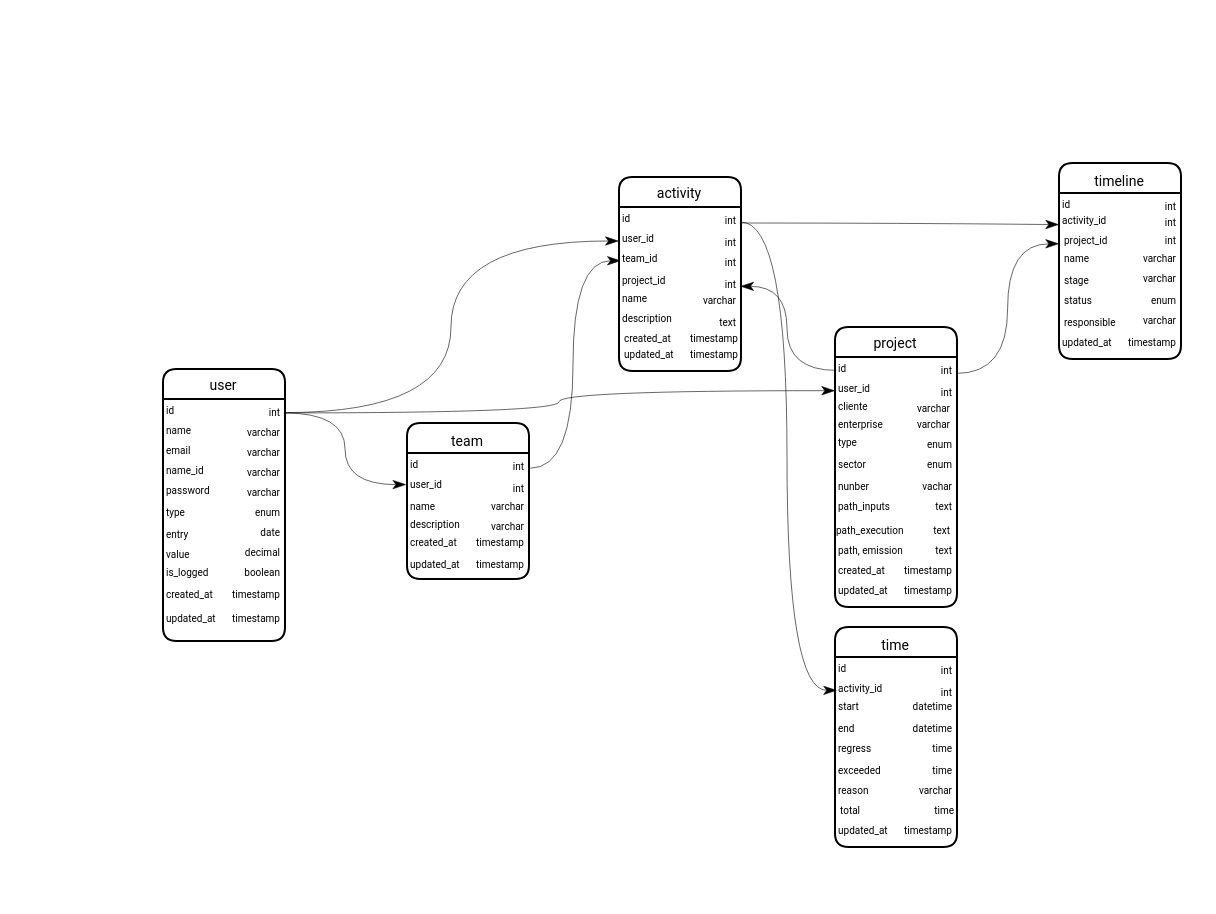
Above: Banco Kairos.drawio in Avflux/drawio (draw.io), before the change. Source tidied: cells renumbered, new cells numbered last; positions are measured from the earlier drawing's top-left corner, leaving out a move shared by most shapes. Both pictures are drawn from the tidied source at 200%, with x=0, y=0 at pixel (162, 162).
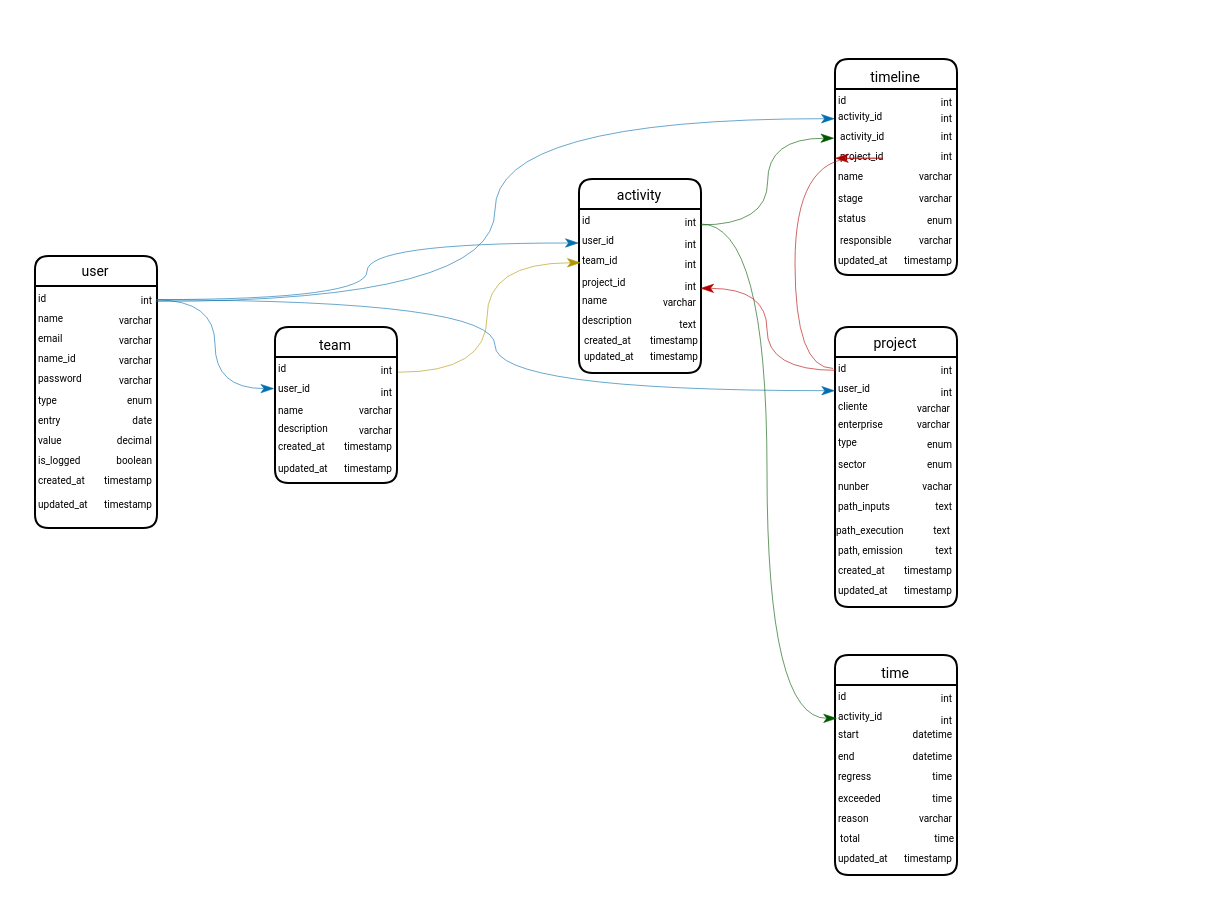
The same page after the edit.

The change refers to these unchanged cells:
```xml
<mxCell id="20" value="&lt;font face=&quot;Roboto&quot;&gt;&lt;span style=&quot;font-size: 5px;&quot;&gt;int&lt;/span&gt;&lt;/font&gt;" style="text;html=1;align=right;verticalAlign=middle;points=[];strokeColor=none;fillColor=none;fontFamily=Architects Daughter;" parent="2" vertex="1">
  <mxGeometry x="40" y="5" width="20" height="30" as="geometry" />
</mxCell>
<mxCell id="29" value="&lt;font face=&quot;Roboto&quot;&gt;&lt;span style=&quot;font-size: 5px;&quot;&gt;name&lt;/span&gt;&lt;/font&gt;" style="text;html=1;align=left;verticalAlign=middle;points=[];strokeColor=none;fillColor=none;fontFamily=Architects Daughter;" parent="25" vertex="1">
  <mxGeometry y="26" width="31" height="27" as="geometry" />
</mxCell>
<mxCell id="33" value="&lt;font face=&quot;Roboto&quot;&gt;&lt;span style=&quot;font-size: 5px;&quot;&gt;int&lt;/span&gt;&lt;/font&gt;" style="text;html=1;align=right;verticalAlign=middle;points=[];strokeColor=none;fillColor=none;fontFamily=Architects Daughter;" parent="25" vertex="1">
  <mxGeometry x="40" y="5" width="20" height="30" as="geometry" />
</mxCell>
<mxCell id="42" value="&lt;font face=&quot;Roboto&quot; style=&quot;font-size: 5px;&quot;&gt;team_id&lt;/font&gt;" style="text;html=1;align=left;verticalAlign=middle;points=[];strokeColor=none;fillColor=none;fontFamily=Architects Daughter;" parent="38" vertex="1">
  <mxGeometry y="27" width="36" height="26" as="geometry" />
</mxCell>
<mxCell id="48" value="&lt;font face=&quot;Roboto&quot;&gt;&lt;span style=&quot;font-size: 5px;&quot;&gt;int&lt;/span&gt;&lt;/font&gt;" style="text;html=1;align=right;verticalAlign=middle;points=[];strokeColor=none;fillColor=none;fontFamily=Architects Daughter;" parent="38" vertex="1">
  <mxGeometry x="40" y="5" width="20" height="30" as="geometry" />
</mxCell>
<mxCell id="54" value="&lt;font face=&quot;Roboto&quot;&gt;&lt;span style=&quot;font-size: 5px;&quot;&gt;int&lt;/span&gt;&lt;/font&gt;" style="text;html=1;align=right;verticalAlign=middle;points=[];strokeColor=none;fillColor=none;fontFamily=Architects Daughter;" parent="38" vertex="1">
  <mxGeometry x="36" y="38" width="24" height="27" as="geometry" />
</mxCell>
<mxCell id="59" value="&lt;font face=&quot;Roboto&quot; style=&quot;font-size: 5px;&quot;&gt;id&lt;/font&gt;" style="text;html=1;align=left;verticalAlign=middle;points=[];strokeColor=none;fillColor=none;fontFamily=Architects Daughter;" parent="58" vertex="1">
  <mxGeometry y="5" width="20" height="30" as="geometry" />
</mxCell>
<mxCell id="60" value="&lt;font face=&quot;Roboto&quot; style=&quot;font-size: 5px;&quot;&gt;user_id&lt;/font&gt;" style="text;html=1;align=left;verticalAlign=middle;points=[];strokeColor=none;fillColor=none;fontFamily=Architects Daughter;" parent="58" vertex="1">
  <mxGeometry y="17" width="34" height="26" as="geometry" />
</mxCell>
<mxCell id="64" value="&lt;font face=&quot;Roboto&quot;&gt;&lt;span style=&quot;font-size: 5px;&quot;&gt;int&lt;/span&gt;&lt;/font&gt;" style="text;html=1;align=right;verticalAlign=middle;points=[];strokeColor=none;fillColor=none;fontFamily=Architects Daughter;" parent="58" vertex="1">
  <mxGeometry x="40" y="5" width="20" height="30" as="geometry" />
</mxCell>
<mxCell id="87" value="&lt;font face=&quot;Roboto&quot; style=&quot;font-size: 5px;&quot;&gt;activity_id&lt;/font&gt;" style="text;html=1;align=left;verticalAlign=middle;points=[];strokeColor=none;fillColor=none;fontFamily=Architects Daughter;" parent="85" vertex="1">
  <mxGeometry y="16" width="42" height="28" as="geometry" />
</mxCell>
<mxCell id="107" value="&lt;font face=&quot;Roboto&quot; style=&quot;font-size: 5px;&quot;&gt;activity_id&lt;/font&gt;" style="text;html=1;align=left;verticalAlign=middle;points=[];strokeColor=none;fillColor=none;fontFamily=Architects Daughter;" parent="105" vertex="1">
  <mxGeometry y="14" width="42" height="28" as="geometry" />
</mxCell>
```

Change to the diagram source:
```diff
@@
     <mxCell id="2" value="&lt;p&gt;&lt;font style=&quot;font-size: 7px;&quot; face=&quot;Roboto&quot;&gt;&lt;span style=&quot;font-weight: 400;&quot;&gt;user&lt;/span&gt;&lt;/font&gt;&lt;/p&gt;" style="swimlane;whiteSpace=wrap;html=1;hachureGap=4;fontFamily=Architects Daughter;fillColor=default;strokeColor=default;startSize=15;strokeWidth=1;swimlaneLine=1;glass=0;rounded=1;shadow=0;align=center;" parent="1" vertex="1">
-      <mxGeometry y="103" width="61" height="136" as="geometry" />
+      <mxGeometry x="-64" y="46.5" width="61" height="136" as="geometry" />
     </mxCell>
@@
     <mxCell id="25" value="&lt;p&gt;&lt;font face=&quot;Roboto&quot;&gt;&lt;span style=&quot;font-size: 7px; font-weight: 400;&quot;&gt;team&lt;/span&gt;&lt;/font&gt;&lt;/p&gt;" style="swimlane;whiteSpace=wrap;html=1;hachureGap=4;fontFamily=Architects Daughter;fillColor=default;strokeColor=default;startSize=15;strokeWidth=1;swimlaneLine=1;glass=0;rounded=1;shadow=0;align=center;" parent="1" vertex="1">
-      <mxGeometry x="122" y="130" width="61" height="78" as="geometry" />
+      <mxGeometry x="56" y="82" width="61" height="78" as="geometry" />
     </mxCell>
@@
     <mxCell id="38" value="&lt;p&gt;&lt;font style=&quot;font-size: 7px;&quot; face=&quot;Roboto&quot;&gt;&lt;span style=&quot;font-weight: 400;&quot;&gt;activity&lt;/span&gt;&lt;/font&gt;&lt;/p&gt;" style="swimlane;whiteSpace=wrap;html=1;hachureGap=4;fontFamily=Architects Daughter;fillColor=default;strokeColor=default;startSize=15;strokeWidth=1;swimlaneLine=1;glass=0;rounded=1;shadow=0;align=center;" parent="1" vertex="1">
-      <mxGeometry x="228" y="7" width="61" height="97" as="geometry" />
+      <mxGeometry x="208" y="8" width="61" height="97" as="geometry" />
     </mxCell>
@@
-    <mxCell id="55" style="edgeStyle=orthogonalEdgeStyle;rounded=0;hachureGap=4;jettySize=auto;html=1;fontFamily=Architects Daughter;curved=1;endArrow=classicThin;endFill=1;strokeWidth=0.3;entryX=-0.004;entryY=0.192;entryDx=0;entryDy=0;entryPerimeter=0;exitX=1.05;exitY=0.56;exitDx=0;exitDy=0;exitPerimeter=0;" parent="1" edge="1" source="20" target="42">
+    <mxCell id="55" style="edgeStyle=orthogonalEdgeStyle;rounded=0;hachureGap=4;jettySize=auto;html=1;fontFamily=Architects Daughter;curved=1;endArrow=classicThin;endFill=1;strokeWidth=0.3;entryX=-0.004;entryY=0.192;entryDx=0;entryDy=0;entryPerimeter=0;exitX=1.05;exitY=0.56;exitDx=0;exitDy=0;exitPerimeter=0;fillColor=#1ba1e2;strokeColor=#006EAF;" parent="1" edge="1" source="20" target="42">
       <mxGeometry relative="1" as="geometry" />
     </mxCell>
-    <mxCell id="56" style="edgeStyle=orthogonalEdgeStyle;rounded=0;hachureGap=4;jettySize=auto;html=1;fontFamily=Architects Daughter;curved=1;endArrow=classicThin;endFill=1;strokeWidth=0.3;entryX=0.024;entryY=0.572;entryDx=0;entryDy=0;entryPerimeter=0;exitX=1.08;exitY=0.587;exitDx=0;exitDy=0;exitPerimeter=0;" parent="1" edge="1" source="33" target="42">
+    <mxCell id="56" style="edgeStyle=orthogonalEdgeStyle;rounded=0;hachureGap=4;jettySize=auto;html=1;fontFamily=Architects Daughter;curved=1;endArrow=classicThin;endFill=1;strokeWidth=0.3;entryX=0.024;entryY=0.572;entryDx=0;entryDy=0;entryPerimeter=0;exitX=1.08;exitY=0.587;exitDx=0;exitDy=0;exitPerimeter=0;fillColor=#e3c800;strokeColor=#B09500;" parent="1" edge="1" source="33" target="42">
       <mxGeometry relative="1" as="geometry" />
     </mxCell>
-    <mxCell id="57" style="edgeStyle=orthogonalEdgeStyle;rounded=0;hachureGap=4;jettySize=auto;html=1;fontFamily=Architects Daughter;curved=1;endArrow=classicThin;endFill=1;strokeWidth=0.3;entryX=-0.013;entryY=0.178;entryDx=0;entryDy=0;entryPerimeter=0;exitX=1.023;exitY=0.565;exitDx=0;exitDy=0;exitPerimeter=0;" parent="1" edge="1" source="20" target="29">
+    <mxCell id="57" style="edgeStyle=orthogonalEdgeStyle;rounded=0;hachureGap=4;jettySize=auto;html=1;fontFamily=Architects Daughter;curved=1;endArrow=classicThin;endFill=1;strokeWidth=0.3;entryX=-0.013;entryY=0.178;entryDx=0;entryDy=0;entryPerimeter=0;exitX=1.023;exitY=0.565;exitDx=0;exitDy=0;exitPerimeter=0;fillColor=#1ba1e2;strokeColor=#006EAF;" parent="1" edge="1" source="20" target="29">
       <mxGeometry relative="1" as="geometry" />
     </mxCell>
@@
-    <mxCell id="83" style="edgeStyle=orthogonalEdgeStyle;rounded=0;hachureGap=4;jettySize=auto;html=1;fontFamily=Architects Daughter;curved=1;endArrow=classicThin;endFill=1;strokeWidth=0.3;entryX=0;entryY=0.571;entryDx=0;entryDy=0;entryPerimeter=0;exitX=1.028;exitY=0.565;exitDx=0;exitDy=0;exitPerimeter=0;" parent="1" edge="1" source="20" target="60">
+    <mxCell id="83" style="edgeStyle=orthogonalEdgeStyle;rounded=0;hachureGap=4;jettySize=auto;html=1;fontFamily=Architects Daughter;curved=1;endArrow=classicThin;endFill=1;strokeWidth=0.3;entryX=0;entryY=0.571;entryDx=0;entryDy=0;entryPerimeter=0;exitX=1.028;exitY=0.565;exitDx=0;exitDy=0;exitPerimeter=0;fillColor=#1ba1e2;strokeColor=#006EAF;" parent="1" edge="1" source="20" target="60">
       <mxGeometry relative="1" as="geometry" />
     </mxCell>
-    <mxCell id="84" style="edgeStyle=orthogonalEdgeStyle;rounded=0;hachureGap=4;jettySize=auto;html=1;fontFamily=Architects Daughter;curved=1;endArrow=classicThin;endFill=1;strokeWidth=0.3;exitX=0.031;exitY=0.556;exitDx=0;exitDy=0;exitPerimeter=0;entryX=1.028;entryY=0.617;entryDx=0;entryDy=0;entryPerimeter=0;" parent="1" edge="1" source="59" target="54">
+    <mxCell id="84" style="edgeStyle=orthogonalEdgeStyle;rounded=0;hachureGap=4;jettySize=auto;html=1;fontFamily=Architects Daughter;curved=1;endArrow=classicThin;endFill=1;strokeWidth=0.3;exitX=0.031;exitY=0.556;exitDx=0;exitDy=0;exitPerimeter=0;entryX=1.028;entryY=0.617;entryDx=0;entryDy=0;entryPerimeter=0;fillColor=#e51400;strokeColor=light-dark(#B20000,#FF1C03);" parent="1" edge="1" source="59" target="54">
       <mxGeometry relative="1" as="geometry" />
     </mxCell>
     <mxCell id="85" value="&lt;p&gt;&lt;font face=&quot;Roboto&quot;&gt;&lt;span style=&quot;font-size: 7px; font-weight: 400;&quot;&gt;time&lt;/span&gt;&lt;/font&gt;&lt;/p&gt;" style="swimlane;whiteSpace=wrap;html=1;hachureGap=4;fontFamily=Architects Daughter;fillColor=default;strokeColor=default;startSize=15;strokeWidth=1;swimlaneLine=1;glass=0;rounded=1;shadow=0;align=center;" parent="1" vertex="1">
-      <mxGeometry x="336" y="232" width="61" height="110" as="geometry" />
+      <mxGeometry x="336" y="246" width="61" height="110" as="geometry" />
     </mxCell>
@@
-    <mxCell id="104" style="edgeStyle=orthogonalEdgeStyle;rounded=0;hachureGap=4;jettySize=auto;html=1;fontFamily=Architects Daughter;curved=1;endArrow=classicThin;endFill=1;strokeWidth=0.3;entryX=0.023;entryY=0.56;entryDx=0;entryDy=0;entryPerimeter=0;exitX=1.046;exitY=0.583;exitDx=0;exitDy=0;exitPerimeter=0;" parent="1" edge="1" source="48" target="87">
+    <mxCell id="104" style="edgeStyle=orthogonalEdgeStyle;rounded=0;hachureGap=4;jettySize=auto;html=1;fontFamily=Architects Daughter;curved=1;endArrow=classicThin;endFill=1;strokeWidth=0.3;entryX=0.023;entryY=0.56;entryDx=0;entryDy=0;entryPerimeter=0;exitX=1.046;exitY=0.583;exitDx=0;exitDy=0;exitPerimeter=0;fillColor=#008a00;strokeColor=#005700;" parent="1" edge="1" source="48" target="87">
       <mxGeometry relative="1" as="geometry" />
     </mxCell>
     <mxCell id="105" value="&lt;p&gt;&lt;font face=&quot;Roboto&quot;&gt;&lt;span style=&quot;font-size: 7px; font-weight: 400;&quot;&gt;timeline&lt;/span&gt;&lt;/font&gt;&lt;/p&gt;" style="swimlane;whiteSpace=wrap;html=1;hachureGap=4;fontFamily=Architects Daughter;fillColor=default;strokeColor=default;startSize=15;strokeWidth=1;swimlaneLine=1;glass=0;rounded=1;shadow=0;align=center;" parent="1" vertex="1">
-      <mxGeometry x="448" width="61" height="98" as="geometry" />
+      <mxGeometry x="336" y="-52" width="61" height="108" as="geometry" />
     </mxCell>
@@
+    <mxCell id="112" value="&lt;font face=&quot;Roboto&quot; style=&quot;font-size: 5px;&quot;&gt;activity_id&lt;/font&gt;" style="text;html=1;align=left;verticalAlign=middle;points=[];strokeColor=none;fillColor=none;fontFamily=Architects Daughter;" parent="105" vertex="1">
+      <mxGeometry x="0.5" y="24" width="42" height="28" as="geometry" />
+    </mxCell>
+    <mxCell id="114" value="&lt;font face=&quot;Roboto&quot;&gt;&lt;span style=&quot;font-size: 5px;&quot;&gt;int&lt;/span&gt;&lt;/font&gt;" style="text;html=1;align=right;verticalAlign=middle;strokeColor=none;fillColor=none;fontFamily=Architects Daughter;" parent="105" vertex="1">
+      <mxGeometry x="36" y="23" width="24" height="27" as="geometry" />
+    </mxCell>
+    <mxCell id="124" value="&lt;font face=&quot;Roboto&quot; style=&quot;font-size: 5px;&quot;&gt;project_id&lt;/font&gt;" style="text;html=1;align=left;verticalAlign=middle;points=[];strokeColor=none;fillColor=none;fontFamily=Architects Daughter;" parent="105" vertex="1">
+      <mxGeometry x="0.5" y="34" width="42" height="28" as="geometry" />
+    </mxCell>
+    <mxCell id="125" value="&lt;font face=&quot;Roboto&quot;&gt;&lt;span style=&quot;font-size: 5px;&quot;&gt;int&lt;/span&gt;&lt;/font&gt;" style="text;html=1;align=right;verticalAlign=middle;strokeColor=none;fillColor=none;fontFamily=Architects Daughter;" parent="105" vertex="1">
+      <mxGeometry x="36" y="33" width="24" height="27" as="geometry" />
+    </mxCell>
     <mxCell id="110" value="&lt;font face=&quot;Roboto&quot;&gt;&lt;span style=&quot;font-size: 5px;&quot;&gt;updated_at&lt;/span&gt;&lt;/font&gt;" style="text;html=1;align=left;verticalAlign=middle;strokeColor=none;fillColor=none;fontFamily=Architects Daughter;" parent="105" vertex="1">
-      <mxGeometry y="74" width="43" height="27" as="geometry" />
+      <mxGeometry x="-0.2" y="85.5" width="43" height="27" as="geometry" />
     </mxCell>
     <mxCell id="111" value="&lt;font face=&quot;Roboto&quot;&gt;&lt;span style=&quot;font-size: 5px;&quot;&gt;timestamp&lt;/span&gt;&lt;/font&gt;" style="text;html=1;align=right;verticalAlign=middle;strokeColor=none;fillColor=none;fontFamily=Architects Daughter;" parent="105" vertex="1">
-      <mxGeometry x="18" y="74" width="42" height="27" as="geometry" />
+      <mxGeometry x="17.8" y="85.5" width="42" height="27" as="geometry" />
     </mxCell>
-    <mxCell id="112" value="&lt;font face=&quot;Roboto&quot; style=&quot;font-size: 5px;&quot;&gt;project_id&lt;/font&gt;" style="text;html=1;align=left;verticalAlign=middle;points=[];strokeColor=none;fillColor=none;fontFamily=Architects Daughter;" parent="105" vertex="1">
-      <mxGeometry x="0.5" y="24" width="42" height="28" as="geometry" />
-    </mxCell>
     <mxCell id="113" value="&lt;font face=&quot;Roboto&quot;&gt;&lt;span style=&quot;font-size: 5px;&quot;&gt;name&lt;/span&gt;&lt;/font&gt;" style="text;html=1;align=left;verticalAlign=middle;strokeColor=none;fillColor=none;fontFamily=Architects Daughter;" parent="105" vertex="1">
-      <mxGeometry x="0.5" y="32" width="31" height="27" as="geometry" />
+      <mxGeometry x="0.2" y="43.5" width="31" height="27" as="geometry" />
     </mxCell>
-    <mxCell id="114" value="&lt;font face=&quot;Roboto&quot;&gt;&lt;span style=&quot;font-size: 5px;&quot;&gt;int&lt;/span&gt;&lt;/font&gt;" style="text;html=1;align=right;verticalAlign=middle;strokeColor=none;fillColor=none;fontFamily=Architects Daughter;" parent="105" vertex="1">
-      <mxGeometry x="36" y="23" width="24" height="27" as="geometry" />
-    </mxCell>
     <mxCell id="115" value="&lt;font face=&quot;Roboto&quot;&gt;&lt;span style=&quot;font-size: 5px;&quot;&gt;varchar&lt;/span&gt;&lt;/font&gt;" style="text;html=1;align=right;verticalAlign=middle;strokeColor=none;fillColor=none;fontFamily=Architects Daughter;" parent="105" vertex="1">
-      <mxGeometry x="20" y="30.5" width="40" height="30" as="geometry" />
+      <mxGeometry x="19.8" y="42" width="40" height="30" as="geometry" />
     </mxCell>
     <mxCell id="116" value="&lt;font face=&quot;Roboto&quot;&gt;&lt;span style=&quot;font-size: 5px;&quot;&gt;responsible&lt;/span&gt;&lt;/font&gt;" style="text;html=1;align=left;verticalAlign=middle;strokeColor=none;fillColor=none;fontFamily=Architects Daughter;" parent="105" vertex="1">
-      <mxGeometry x="0.8" y="63.5" width="46" height="28" as="geometry" />
+      <mxGeometry x="0.5" y="75" width="46" height="28" as="geometry" />
     </mxCell>
     <mxCell id="117" value="&lt;font face=&quot;Roboto&quot;&gt;&lt;span style=&quot;font-size: 5px;&quot;&gt;varchar&lt;/span&gt;&lt;/font&gt;" style="text;html=1;align=right;verticalAlign=middle;strokeColor=none;fillColor=none;fontFamily=Architects Daughter;" parent="105" vertex="1">
-      <mxGeometry x="20.2" y="62" width="40" height="30" as="geometry" />
+      <mxGeometry x="20" y="73.5" width="40" height="30" as="geometry" />
     </mxCell>
     <mxCell id="118" value="&lt;font face=&quot;Roboto&quot;&gt;&lt;span style=&quot;font-size: 5px;&quot;&gt;stage&lt;/span&gt;&lt;/font&gt;" style="text;html=1;align=left;verticalAlign=middle;strokeColor=none;fillColor=none;fontFamily=Architects Daughter;" parent="105" vertex="1">
-      <mxGeometry x="0.5" y="42.5" width="32" height="28" as="geometry" />
+      <mxGeometry x="0.2" y="54" width="32" height="28" as="geometry" />
     </mxCell>
     <mxCell id="119" value="&lt;font face=&quot;Roboto&quot;&gt;&lt;span style=&quot;font-size: 5px;&quot;&gt;varchar&lt;/span&gt;&lt;/font&gt;" style="text;html=1;align=right;verticalAlign=middle;strokeColor=none;fillColor=none;fontFamily=Architects Daughter;" parent="105" vertex="1">
-      <mxGeometry x="20" y="41" width="40" height="30" as="geometry" />
+      <mxGeometry x="19.8" y="52.5" width="40" height="30" as="geometry" />
     </mxCell>
     <mxCell id="120" value="&lt;font face=&quot;Roboto&quot;&gt;&lt;span style=&quot;font-size: 5px;&quot;&gt;status&lt;/span&gt;&lt;/font&gt;" style="text;html=1;align=left;verticalAlign=middle;strokeColor=none;fillColor=none;fontFamily=Architects Daughter;" parent="105" vertex="1">
-      <mxGeometry x="0.5" y="52.5" width="34" height="28" as="geometry" />
+      <mxGeometry x="0.2" y="64" width="34" height="28" as="geometry" />
     </mxCell>
     <mxCell id="121" value="&lt;font face=&quot;Roboto&quot;&gt;&lt;span style=&quot;font-size: 5px;&quot;&gt;enum&lt;/span&gt;&lt;/font&gt;" style="text;html=1;align=right;verticalAlign=middle;strokeColor=none;fillColor=none;fontFamily=Architects Daughter;" parent="105" vertex="1">
-      <mxGeometry x="28" y="53" width="32" height="28" as="geometry" />
+      <mxGeometry x="27.8" y="64.5" width="32" height="28" as="geometry" />
     </mxCell>
-    <mxCell id="122" style="edgeStyle=orthogonalEdgeStyle;rounded=0;hachureGap=4;jettySize=auto;html=1;fontFamily=Architects Daughter;curved=1;endArrow=classicThin;endFill=1;strokeWidth=0.3;entryX=-0.012;entryY=0.586;entryDx=0;entryDy=0;entryPerimeter=0;exitX=1.04;exitY=0.607;exitDx=0;exitDy=0;exitPerimeter=0;" parent="1" edge="1" source="64" target="112">
+    <mxCell id="122" style="edgeStyle=orthogonalEdgeStyle;rounded=0;hachureGap=4;jettySize=auto;html=1;fontFamily=Architects Daughter;curved=1;endArrow=classicThin;endFill=1;strokeWidth=0.3;entryX=-0.012;entryY=0.557;entryDx=0;entryDy=0;entryPerimeter=0;exitX=-0.05;exitY=0.524;exitDx=0;exitDy=0;exitPerimeter=0;fillColor=#e51400;strokeColor=light-dark(#B20000,#FF0E0E);" parent="1" edge="1" source="59" target="124">
       <mxGeometry relative="1" as="geometry" />
     </mxCell>
-    <mxCell id="123" style="edgeStyle=orthogonalEdgeStyle;rounded=0;hachureGap=4;jettySize=auto;html=1;fontFamily=Architects Daughter;curved=1;endArrow=classicThin;endFill=1;strokeWidth=0.3;entryX=0;entryY=0.6;entryDx=0;entryDy=0;entryPerimeter=0;exitX=1.02;exitY=0.6;exitDx=0;exitDy=0;exitPerimeter=0;" parent="1" edge="1" source="48" target="107">
+    <mxCell id="123" style="edgeStyle=orthogonalEdgeStyle;rounded=0;hachureGap=4;jettySize=auto;html=1;fontFamily=Architects Daughter;curved=1;endArrow=classicThin;endFill=1;strokeWidth=0.3;entryX=-0.021;entryY=0.557;entryDx=0;entryDy=0;entryPerimeter=0;exitX=1.02;exitY=0.6;exitDx=0;exitDy=0;exitPerimeter=0;fillColor=#008a00;strokeColor=#005700;" parent="1" edge="1" source="48" target="112">
       <mxGeometry relative="1" as="geometry" />
     </mxCell>
+    <mxCell id="126" style="edgeStyle=orthogonalEdgeStyle;rounded=0;hachureGap=4;jettySize=auto;html=1;fontFamily=Architects Daughter;curved=1;endArrow=classicThin;endFill=1;strokeWidth=0.3;exitX=1.02;exitY=0.59;exitDx=0;exitDy=0;exitPerimeter=0;fillColor=#1ba1e2;strokeColor=#006EAF;entryX=-0.003;entryY=0.566;entryDx=0;entryDy=0;entryPerimeter=0;" parent="1" edge="1" source="20" target="107">
+      <mxGeometry relative="1" as="geometry" />
+    </mxCell>
```
